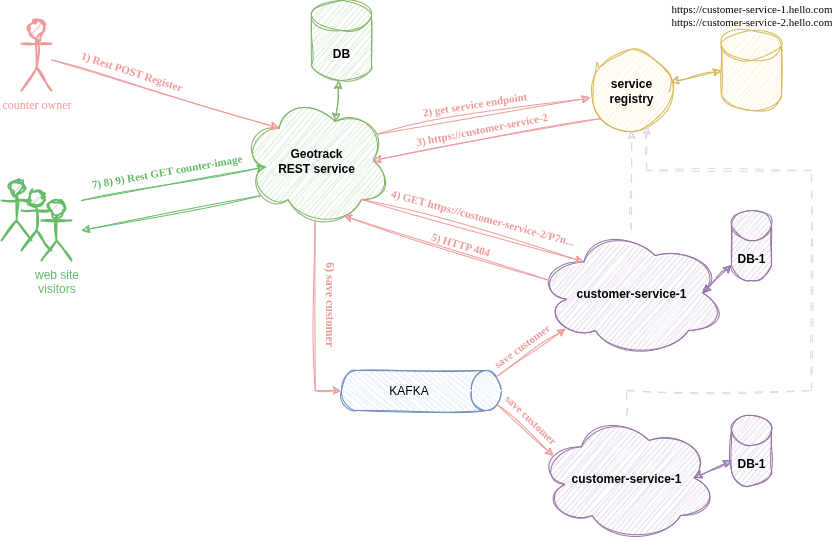
Before: docs/diagrams/images/customer-registration.png, a diagram exported from draw.io (zappee/gombi). Source tidied: cells renumbered, new cells last; positions are measured from the earlier drawing's top-left corner, leaving out a move shared by most shapes.
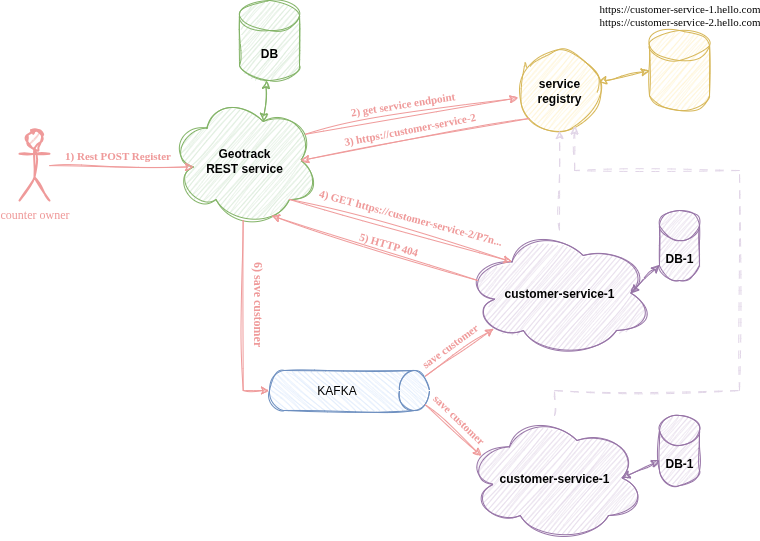
The same file after the commit.

What changed in the source:
```diff
@@ -3,7 +3,7 @@
     <mxCell id="0" />
     <mxCell id="1" parent="0" />
     <mxCell id="2" value="counter owner" style="shape=umlActor;verticalLabelPosition=bottom;verticalAlign=top;html=1;outlineConnect=0;fontStyle=0;fillColor=#f8cecc;strokeColor=#EF9A9A;strokeWidth=2;sketch=1;curveFitting=1;jiggle=2;fontColor=#EF9A9A;fontFamily=Verdana;" parent="1" vertex="1">
-      <mxGeometry x="20" y="20" width="30" height="70" as="geometry" />
+      <mxGeometry x="90" y="130" width="30" height="70" as="geometry" />
     </mxCell>
     <mxCell id="3" value="Geotrack&lt;div&gt;REST service&lt;/div&gt;" style="ellipse;shape=cloud;whiteSpace=wrap;html=1;fillColor=#d5e8d4;strokeColor=#82b366;fontStyle=1;sketch=1;curveFitting=1;jiggle=2;" parent="1" vertex="1">
       <mxGeometry x="240" y="95" width="150" height="130" as="geometry" />
@@ -26,15 +26,6 @@
     <mxCell id="9" style="rounded=0;jettySize=auto;html=1;entryX=0.875;entryY=0.5;entryDx=0;entryDy=0;entryPerimeter=0;startArrow=classic;startFill=1;exitX=0;exitY=0;exitDx=0;exitDy=45;exitPerimeter=0;sketch=1;curveFitting=1;jiggle=2;fillColor=#e1d5e7;strokeColor=#9673a6;" parent="1" edge="1" source="16" target="15">
       <mxGeometry relative="1" as="geometry" />
     </mxCell>
-    <mxCell id="10" style="shape=umlActor;verticalLabelPosition=bottom;verticalAlign=top;html=1;fillColor=#d5e8d4;strokeColor=#66BB6A;strokeWidth=2;sketch=1;curveFitting=1;jiggle=2;" parent="1" vertex="1">
-      <mxGeometry x="20" y="190" width="30" height="60" as="geometry" />
-    </mxCell>
-    <mxCell id="11" value="web site&lt;div&gt;visitors&lt;/div&gt;" style="shape=umlActor;verticalLabelPosition=bottom;verticalAlign=top;html=1;fillColor=#d5e8d4;strokeColor=#66BB6A;strokeWidth=2;sketch=1;curveFitting=1;jiggle=2;fontColor=#66BB6A;" parent="1" vertex="1">
-      <mxGeometry x="40" y="200" width="30" height="60" as="geometry" />
-    </mxCell>
-    <mxCell id="12" style="shape=umlActor;verticalLabelPosition=bottom;verticalAlign=top;html=1;fillColor=#d5e8d4;strokeColor=#66BB6A;strokeWidth=2;sketch=1;curveFitting=1;jiggle=2;" parent="1" vertex="1">
-      <mxGeometry y="180" width="30" height="60" as="geometry" />
-    </mxCell>
     <mxCell id="13" value="DB" style="shape=cylinder3;whiteSpace=wrap;html=1;boundedLbl=1;backgroundOutline=1;size=15;fillColor=#d5e8d4;strokeColor=#82b366;fontStyle=1;sketch=1;curveFitting=1;jiggle=2;" parent="1" vertex="1">
       <mxGeometry x="310" width="60" height="80" as="geometry" />
     </mxCell>
@@ -66,12 +57,12 @@
         </Array>
       </mxGeometry>
     </mxCell>
-    <mxCell id="21" style="rounded=0;jettySize=auto;html=1;entryX=0.25;entryY=0.25;entryDx=0;entryDy=0;entryPerimeter=0;strokeColor=#EF9A9A;sketch=1;curveFitting=1;jiggle=2;fontColor=#EF9A9A;" parent="1" edge="1" source="2" target="3">
+    <mxCell id="21" style="rounded=0;jettySize=auto;html=1;entryX=0.16;entryY=0.55;entryDx=0;entryDy=0;entryPerimeter=0;strokeColor=#EF9A9A;sketch=1;curveFitting=1;jiggle=2;fontColor=#EF9A9A;" parent="1" edge="1" source="2" target="3">
       <mxGeometry relative="1" as="geometry" />
     </mxCell>
-    <mxCell id="22" value="1) Rest POST Register" style="edgeLabel;html=1;align=center;verticalAlign=middle;fontColor=#EF9A9A;labelBackgroundColor=none;rotation=18;fontFamily=Verdana;fontStyle=1;" parent="21" vertex="1">
+    <mxCell id="22" value="1) Rest POST Register" style="edgeLabel;html=1;align=center;verticalAlign=middle;fontColor=#EF9A9A;labelBackgroundColor=none;rotation=0;fontFamily=Verdana;fontStyle=1;" parent="21" vertex="1">
       <mxGeometry x="-0.5" y="-2" relative="1" as="geometry">
-        <mxPoint x="24" y="-8" as="offset" />
+        <mxPoint x="32" y="-13" as="offset" />
       </mxGeometry>
     </mxCell>
     <mxCell id="23" style="rounded=0;jettySize=auto;html=1;strokeColor=#EF9A9A;sketch=1;curveFitting=1;jiggle=2;fontColor=#EF9A9A;entryX=-0.017;entryY=0.592;entryDx=0;entryDy=0;entryPerimeter=0;exitX=0.903;exitY=0.299;exitDx=0;exitDy=0;exitPerimeter=0;" parent="1" edge="1" source="3" target="6">
@@ -132,20 +123,5 @@
         <mxPoint x="21" as="offset" />
       </mxGeometry>
     </mxCell>
-    <mxCell id="37" style="rounded=0;jettySize=auto;html=1;strokeColor=#66BB6A;sketch=1;curveFitting=1;jiggle=2;fontColor=#EF9A9A;entryX=0.16;entryY=0.55;entryDx=0;entryDy=0;entryPerimeter=0;" parent="1" edge="1" target="3">
-      <mxGeometry relative="1" as="geometry">
-        <mxPoint x="80" y="200" as="sourcePoint" />
-      </mxGeometry>
-    </mxCell>
-    <mxCell id="38" value="7) 8) 9) Rest GET counter-image" style="edgeLabel;html=1;align=center;verticalAlign=middle;fontColor=#66BB6A;labelBackgroundColor=none;rotation=350;fontFamily=Verdana;fontStyle=1;" parent="37" vertex="1">
-      <mxGeometry x="-0.5" y="-2" relative="1" as="geometry">
-        <mxPoint x="38" y="-23" as="offset" />
-      </mxGeometry>
-    </mxCell>
-    <mxCell id="39" style="rounded=0;jettySize=auto;html=1;strokeColor=#66BB6A;sketch=1;curveFitting=1;jiggle=2;fontColor=#EF9A9A;exitX=0.13;exitY=0.77;exitDx=0;exitDy=0;exitPerimeter=0;" parent="1" edge="1" source="3">
-      <mxGeometry relative="1" as="geometry">
-        <mxPoint x="80" y="230" as="targetPoint" />
-      </mxGeometry>
-    </mxCell>
   </root>
 </mxGraphModel>
```
